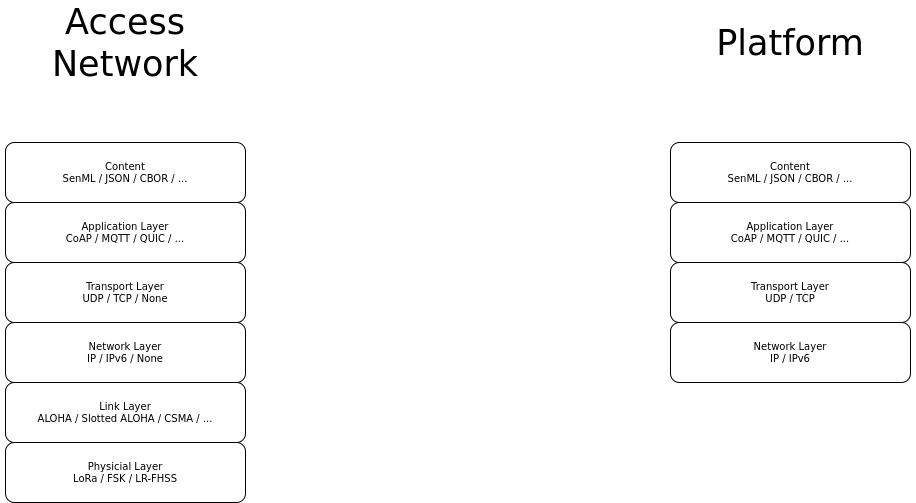
Before: architectures/e2e-iot-layered.png, a diagram exported from draw.io (citado/RoadToPhD). Source tidied: cells renumbered, new cells last; positions are measured from the earlier drawing's top-left corner, leaving out a move shared by most shapes.
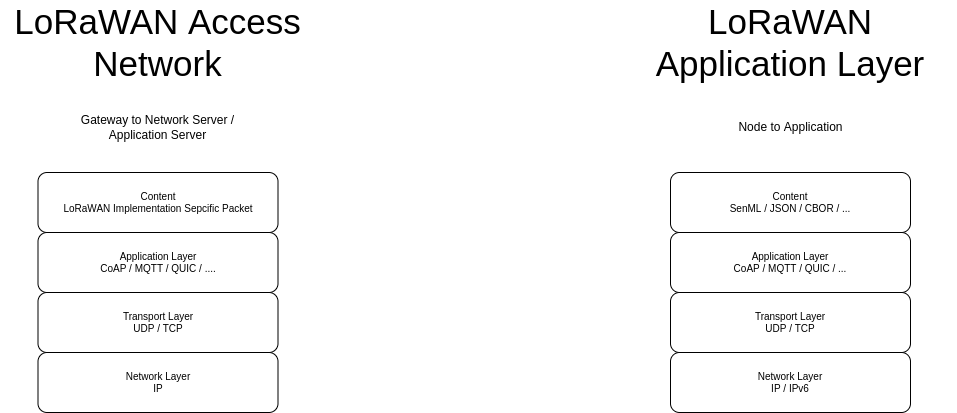
After the commit.

Change to the diagram source:
```diff
@@ -2,26 +2,20 @@
   <root>
     <mxCell id="0" />
     <mxCell id="1" parent="0" />
-    <mxCell id="2" value="Application Layer&lt;br&gt;CoAP / MQTT / QUIC / ..." style="rounded=1;whiteSpace=wrap;html=1;fontFamily=Helvetica;fontSize=10;fillColor=default;" parent="1" vertex="1">
-      <mxGeometry x="5" y="200" width="240" height="60" as="geometry" />
+    <mxCell id="2" value="Application Layer&lt;br&gt;CoAP / MQTT / QUIC / ...." style="rounded=1;whiteSpace=wrap;html=1;fontFamily=Helvetica;fontSize=10;fillColor=default;" parent="1" vertex="1">
+      <mxGeometry x="37.5" y="200" width="240" height="60" as="geometry" />
     </mxCell>
-    <mxCell id="3" value="Transport Layer&lt;br&gt;UDP / TCP / None" style="rounded=1;whiteSpace=wrap;html=1;fontFamily=Helvetica;fontSize=10;fillColor=default;" parent="1" vertex="1">
-      <mxGeometry x="5" y="260" width="240" height="60" as="geometry" />
+    <mxCell id="3" value="Transport Layer&lt;br&gt;UDP / TCP" style="rounded=1;whiteSpace=wrap;html=1;fontFamily=Helvetica;fontSize=10;fillColor=default;" parent="1" vertex="1">
+      <mxGeometry x="37.5" y="260" width="240" height="60" as="geometry" />
     </mxCell>
-    <mxCell id="4" value="Network Layer&lt;br&gt;IP / IPv6 / None" style="rounded=1;whiteSpace=wrap;html=1;fontFamily=Helvetica;fontSize=10;fillColor=default;" parent="1" vertex="1">
-      <mxGeometry x="5" y="320" width="240" height="60" as="geometry" />
+    <mxCell id="4" value="Network Layer&lt;br&gt;IP" style="rounded=1;whiteSpace=wrap;html=1;fontFamily=Helvetica;fontSize=10;fillColor=default;" parent="1" vertex="1">
+      <mxGeometry x="37.5" y="320" width="240" height="60" as="geometry" />
     </mxCell>
-    <mxCell id="5" value="Link Layer&lt;br&gt;ALOHA / Slotted ALOHA / CSMA / ..." style="rounded=1;whiteSpace=wrap;html=1;fontFamily=Helvetica;fontSize=10;fillColor=default;" parent="1" vertex="1">
-      <mxGeometry x="5" y="380" width="240" height="60" as="geometry" />
-    </mxCell>
-    <mxCell id="6" value="Physicial Layer&lt;br&gt;LoRa / FSK / LR-FHSS" style="rounded=1;whiteSpace=wrap;html=1;fontFamily=Helvetica;fontSize=10;fillColor=default;" parent="1" vertex="1">
-      <mxGeometry x="5" y="440" width="240" height="60" as="geometry" />
-    </mxCell>
-    <mxCell id="7" value="Access Network" style="text;html=1;strokeColor=none;fillColor=none;align=center;verticalAlign=middle;whiteSpace=wrap;rounded=0;fontFamily=Helvetica;fontSize=35;" parent="1" vertex="1">
-      <mxGeometry width="250" height="80" as="geometry" />
+    <mxCell id="7" value="LoRaWAN Access Network" style="text;html=1;strokeColor=none;fillColor=none;align=center;verticalAlign=middle;whiteSpace=wrap;rounded=0;fontFamily=Helvetica;fontSize=35;" parent="1" vertex="1">
+      <mxGeometry y="-30" width="315" height="80" as="geometry" />
     </mxCell>
-    <mxCell id="8" value="Content&lt;br&gt;SenML / JSON / CBOR / ..." style="rounded=1;whiteSpace=wrap;html=1;fontFamily=Helvetica;fontSize=10;fillColor=default;" parent="1" vertex="1">
-      <mxGeometry x="5" y="140" width="240" height="60" as="geometry" />
+    <mxCell id="8" value="Content&lt;br&gt;LoRaWAN Implementation Sepcific Packet" style="rounded=1;whiteSpace=wrap;html=1;fontFamily=Helvetica;fontSize=10;fillColor=default;" parent="1" vertex="1">
+      <mxGeometry x="37.5" y="140" width="240" height="60" as="geometry" />
     </mxCell>
     <mxCell id="9" value="Application Layer&lt;br&gt;CoAP / MQTT / QUIC / ..." style="rounded=1;whiteSpace=wrap;html=1;fontFamily=Helvetica;fontSize=10;fillColor=default;" parent="1" vertex="1">
       <mxGeometry x="670" y="200" width="240" height="60" as="geometry" />
@@ -32,11 +26,17 @@
     <mxCell id="11" value="Network Layer&lt;br&gt;IP / IPv6" style="rounded=1;whiteSpace=wrap;html=1;fontFamily=Helvetica;fontSize=10;fillColor=default;" parent="1" vertex="1">
       <mxGeometry x="670" y="320" width="240" height="60" as="geometry" />
     </mxCell>
-    <mxCell id="12" value="Platform" style="text;html=1;strokeColor=none;fillColor=none;align=center;verticalAlign=middle;whiteSpace=wrap;rounded=0;fontFamily=Helvetica;fontSize=35;" parent="1" vertex="1">
-      <mxGeometry x="665" width="250" height="80" as="geometry" />
+    <mxCell id="12" value="LoRaWAN Application Layer" style="text;html=1;strokeColor=none;fillColor=none;align=center;verticalAlign=middle;whiteSpace=wrap;rounded=0;fontFamily=Helvetica;fontSize=35;" parent="1" vertex="1">
+      <mxGeometry x="625" y="-30" width="330" height="80" as="geometry" />
     </mxCell>
     <mxCell id="13" value="Content&lt;br&gt;SenML / JSON / CBOR / ..." style="rounded=1;whiteSpace=wrap;html=1;fontFamily=Helvetica;fontSize=10;fillColor=default;" parent="1" vertex="1">
       <mxGeometry x="670" y="140" width="240" height="60" as="geometry" />
     </mxCell>
+    <mxCell id="14" value="Gateway to Network Server / Application Server" style="text;html=1;strokeColor=none;fillColor=none;align=center;verticalAlign=middle;whiteSpace=wrap;rounded=0;" parent="1" vertex="1">
+      <mxGeometry x="69" y="80" width="177" height="30" as="geometry" />
+    </mxCell>
+    <mxCell id="15" value="Node to Application" style="text;html=1;strokeColor=none;fillColor=none;align=center;verticalAlign=middle;whiteSpace=wrap;rounded=0;" parent="1" vertex="1">
+      <mxGeometry x="732.5" y="80" width="115" height="30" as="geometry" />
+    </mxCell>
   </root>
 </mxGraphModel>
```
